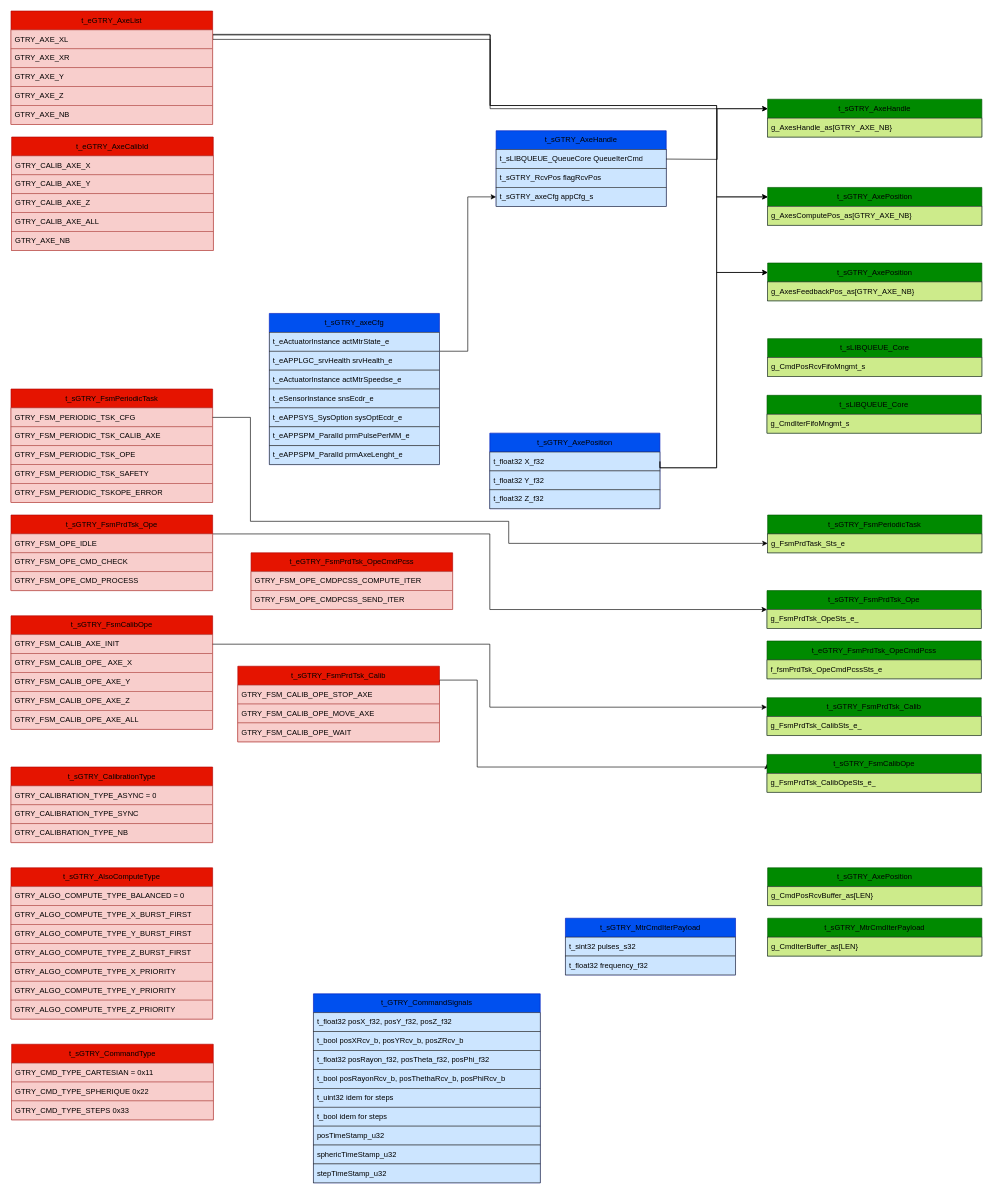
mbarbeau0545/ProjectGamma keeps this draw.io diagram as page "structure" (4 of 16) of src/3_APP/APP_LGC/Src/Agents/Gantry/Doc/gantryDesign.drawio. Above is the earlier version. Source tidied: cells renumbered, new cells numbered last; positions are measured from the earlier drawing's top-left corner, leaving out a move shared by most shapes. Both pictures are drawn from the tidied source at 63%, with x=0, y=0 at pixel (11, 11).
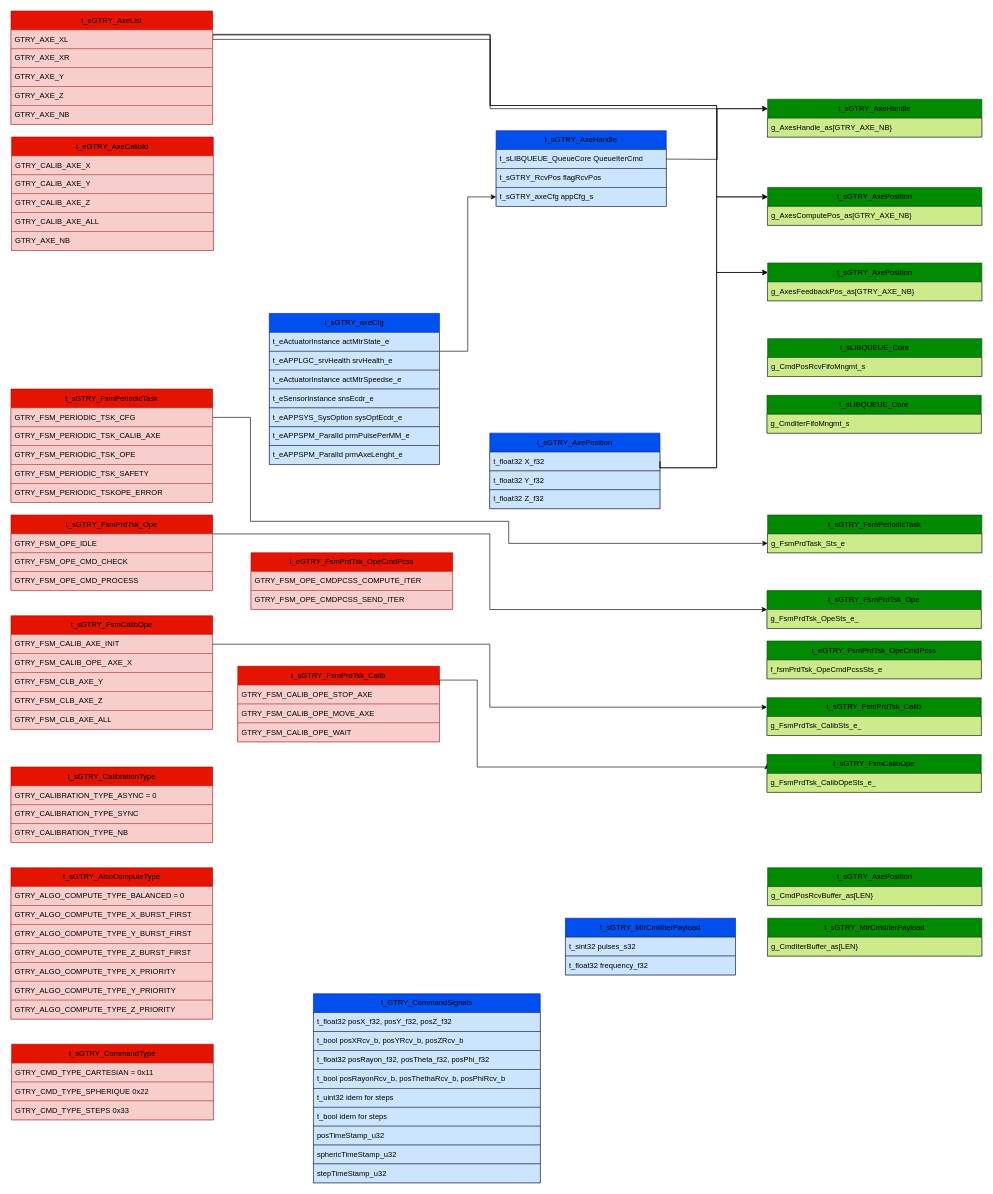
The same page after the edit.

Unchanged cells that the change refers to:
```xml
<mxCell id="48" value="t_sGTRY_FsmCalibOpe" style="swimlane;fontStyle=0;horizontal=1;startSize=30;whiteSpace=wrap;html=1;fillColor=#e51400;fontColor=#000000;strokeColor=#B20000;" parent="1" vertex="1">
  <mxGeometry y="960" width="320" height="180" as="geometry" />
</mxCell>
```

Change to the diagram source:
```diff
@@
-    <mxCell id="51" value="GTRY_FSM_CALIB_OPE_AXE_Y" style="text;strokeColor=#b85450;fillColor=#f8cecc;align=left;verticalAlign=middle;spacingLeft=4;spacingRight=4;overflow=hidden;whiteSpace=wrap;html=1;fontColor=#000000;" parent="48" vertex="1">
+    <mxCell id="51" value="GTRY_FSM_CLB_AXE_Y" style="text;strokeColor=#b85450;fillColor=#f8cecc;align=left;verticalAlign=middle;spacingLeft=4;spacingRight=4;overflow=hidden;whiteSpace=wrap;html=1;fontColor=#000000;" parent="48" vertex="1">
       <mxGeometry y="90" width="320" height="30" as="geometry" />
     </mxCell>
-    <mxCell id="52" value="GTRY_FSM_CALIB_OPE_AXE_Z" style="text;strokeColor=#b85450;fillColor=#f8cecc;align=left;verticalAlign=middle;spacingLeft=4;spacingRight=4;overflow=hidden;whiteSpace=wrap;html=1;fontColor=#000000;" parent="48" vertex="1">
+    <mxCell id="52" value="GTRY_FSM_CLB_AXE_Z" style="text;strokeColor=#b85450;fillColor=#f8cecc;align=left;verticalAlign=middle;spacingLeft=4;spacingRight=4;overflow=hidden;whiteSpace=wrap;html=1;fontColor=#000000;" parent="48" vertex="1">
       <mxGeometry y="120" width="320" height="30" as="geometry" />
     </mxCell>
-    <mxCell id="53" value="GTRY_FSM_CALIB_OPE_AXE_ALL" style="text;strokeColor=#b85450;fillColor=#f8cecc;align=left;verticalAlign=middle;spacingLeft=4;spacingRight=4;overflow=hidden;whiteSpace=wrap;html=1;fontColor=#000000;" parent="48" vertex="1">
+    <mxCell id="53" value="GTRY_FSM_CLB_AXE_ALL" style="text;strokeColor=#b85450;fillColor=#f8cecc;align=left;verticalAlign=middle;spacingLeft=4;spacingRight=4;overflow=hidden;whiteSpace=wrap;html=1;fontColor=#000000;" parent="48" vertex="1">
       <mxGeometry y="150" width="320" height="30" as="geometry" />
     </mxCell>
```
